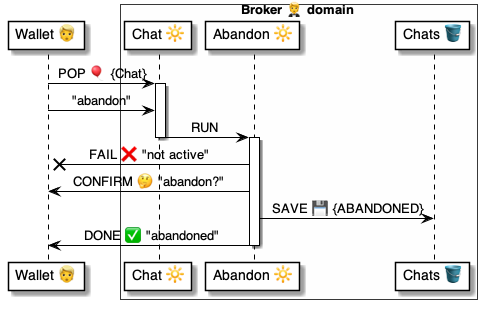
Before: 4 ⚙️ Solution/20 🧑‍🦰 UI/Brokers 🤵/🤵🔆 Broker locators/PopChat 🔆/Chat » Abandon/🤵 PopChatAbandon ⚙️ uml.png, a diagram exported from PlantUML (pollyweb-org/pollyweb-docs). Its source is kept beside it as 4 ⚙️ Solution/20 🧑‍🦰 UI/Brokers 🤵/🤵🔆 Broker locators/PopChat 🔆/Chat » Abandon/🤵 PopChatAbandon ⚙️ uml.puml. Source of this version:
```plantuml
@startuml OnPopAbandon

participant "Wallet 👱" as wallet
box Broker 🤵 domain #FFFFFA
    participant "Chat 🔆" as onChat
    participant "Abandon 🔆" as abandoned
    participant "Chats 🪣" as chats
end box


wallet -> onChat: POP 🎈 {Chat}

activate onChat
    wallet -> onChat: "abandon"
    onChat -> abandoned: RUN
deactivate onChat

activate abandoned
    abandoned -x wallet: FAIL ❌ "not active"
    abandoned -> wallet: CONFIRM 🤔 "abandon?"
    abandoned -> chats: SAVE 💾 {ABANDONED}
    abandoned -> wallet: DONE ✅ "abandoned"
deactivate abandoned

@enduml
```
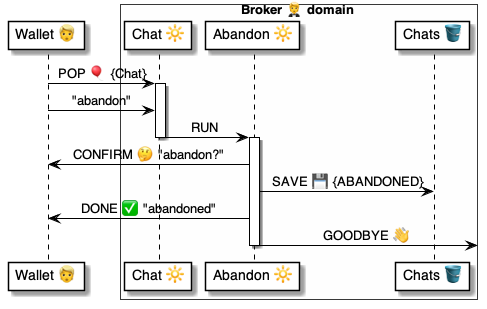
Above is the later version.

Change to the diagram source:
```diff
@@ -16,10 +16,10 @@
 deactivate onChat
 
 activate abandoned
-    abandoned -x wallet: FAIL ❌ "not active"
     abandoned -> wallet: CONFIRM 🤔 "abandon?"
     abandoned -> chats: SAVE 💾 {ABANDONED}
     abandoned -> wallet: DONE ✅ "abandoned"
+    abandoned -> : GOODBYE 👋
 deactivate abandoned
 
 @enduml
```
